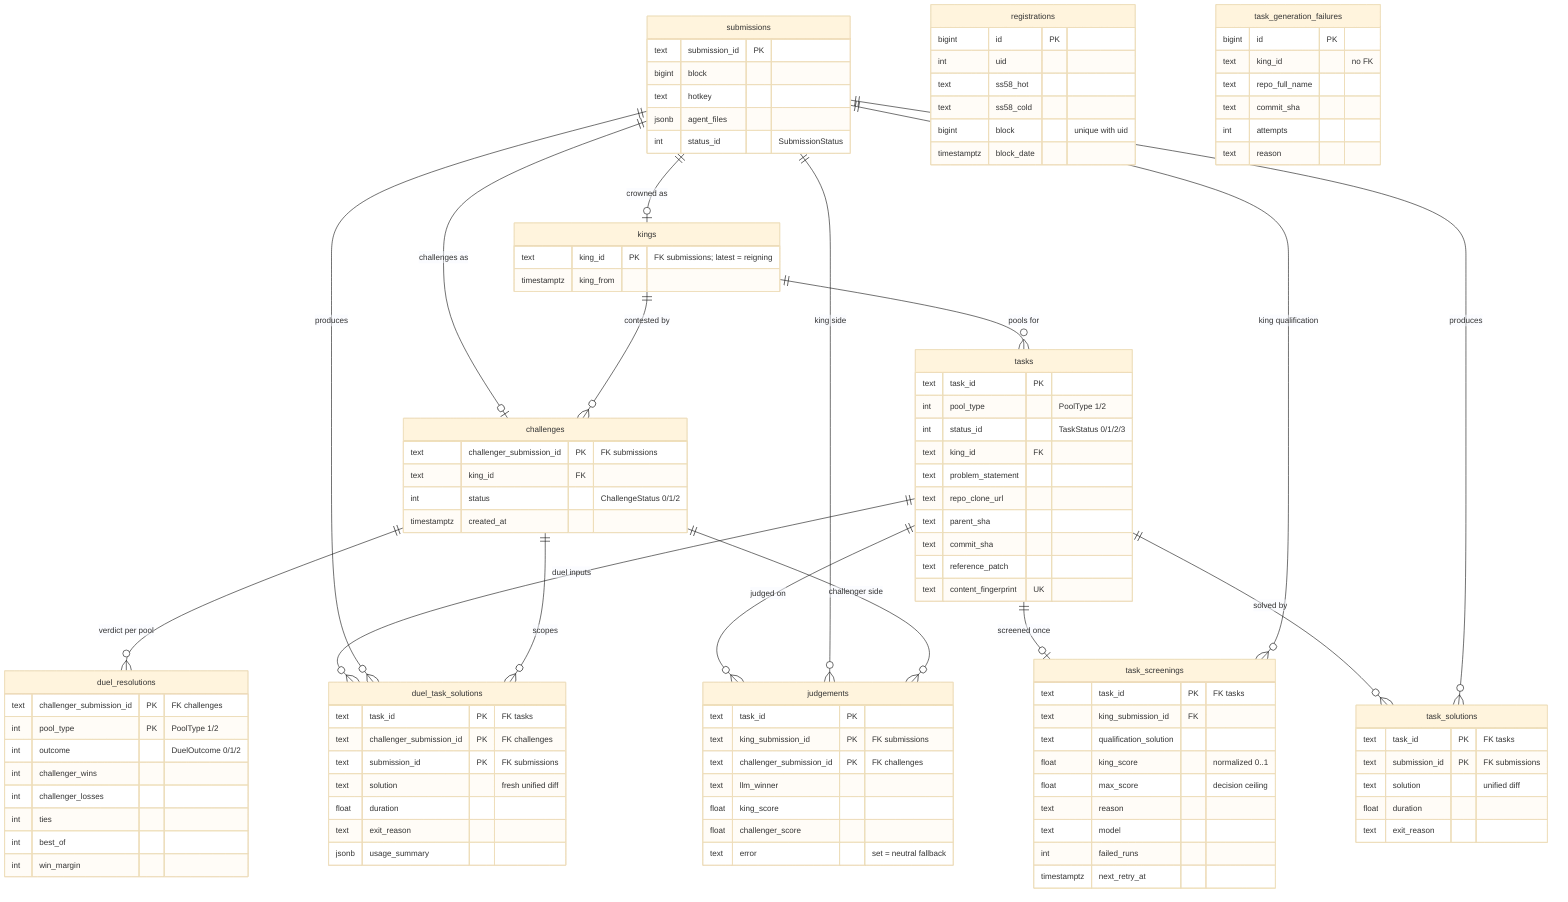
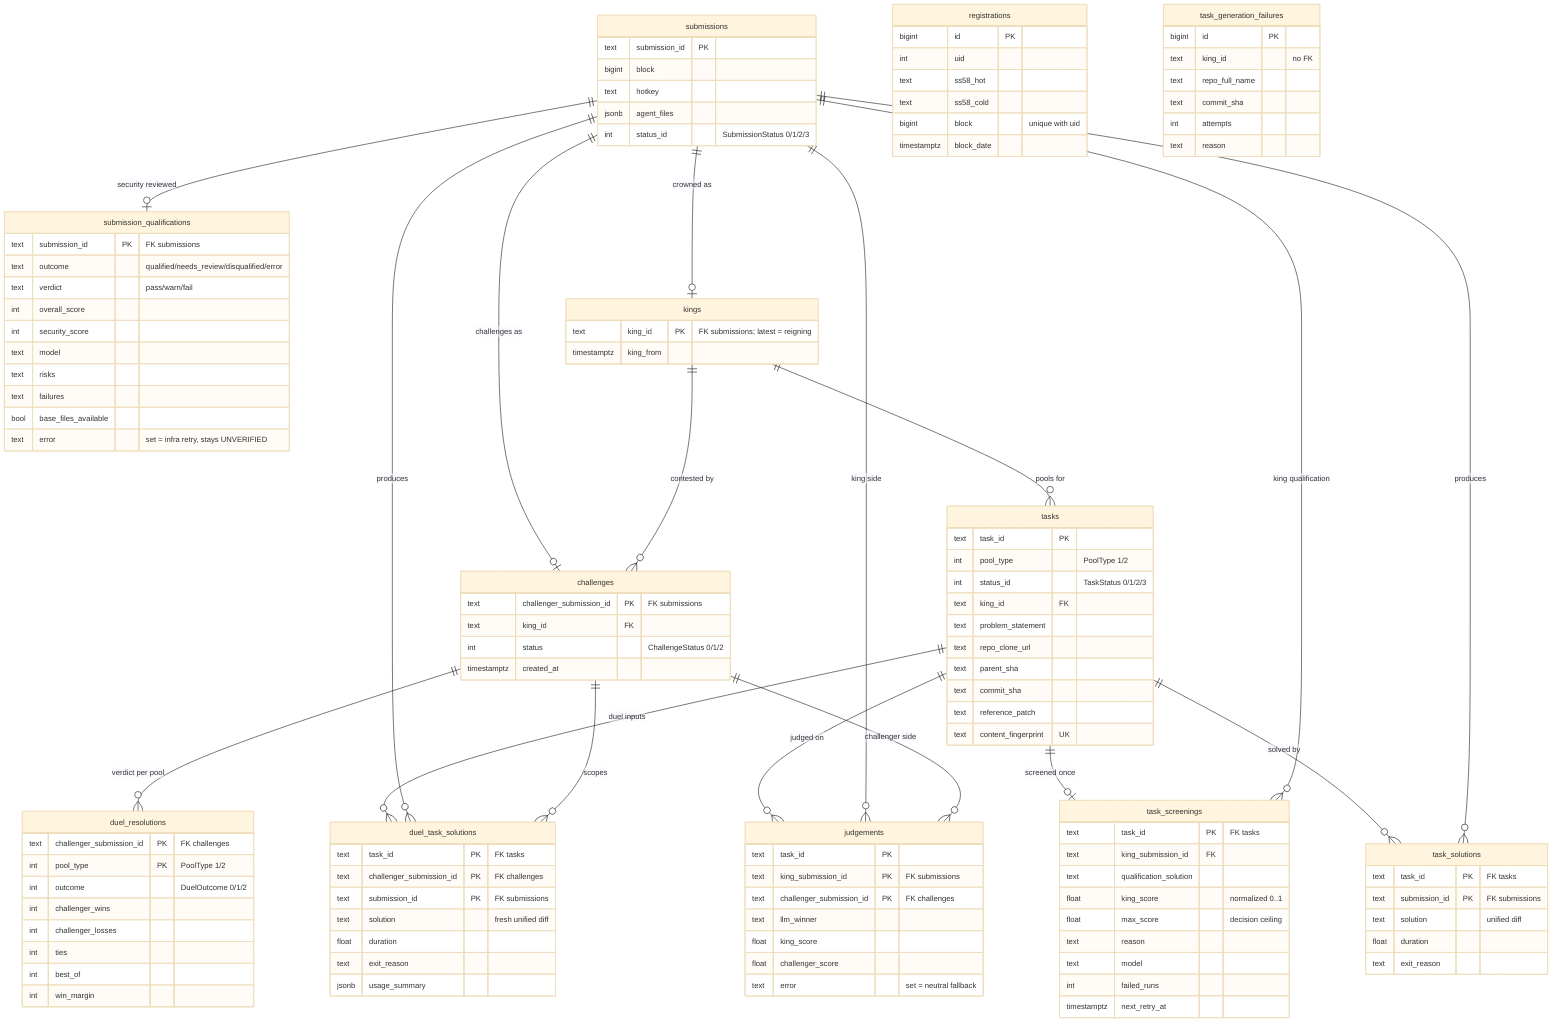
%%{init: {"theme": "base", "themeVariables": {"fontSize": "14px"}}}%%
erDiagram
+     submissions ||--o| submission_qualifications : "security reviewed"
    submissions ||--o| kings : "crowned as"
    submissions ||--o| challenges : "challenges as"
    kings ||--o{ challenges : "contested by"
    kings ||--o{ tasks : "pools for"
    challenges ||--o{ duel_resolutions : "verdict per pool"
    tasks ||--o| task_screenings : "screened once"
    submissions ||--o{ task_screenings : "king qualification"
    tasks ||--o{ task_solutions : "solved by"
    submissions ||--o{ task_solutions : "produces"
    tasks ||--o{ duel_task_solutions : "duel inputs"
    submissions ||--o{ duel_task_solutions : "produces"
    challenges ||--o{ duel_task_solutions : "scopes"
    tasks ||--o{ judgements : "judged on"
    submissions ||--o{ judgements : "king side"
    challenges ||--o{ judgements : "challenger side"

    submissions {
        text submission_id PK
        bigint block
        text hotkey
        jsonb agent_files
-         int status_id "SubmissionStatus"
+         int status_id "SubmissionStatus 0/1/2/3"
+     }
+     submission_qualifications {
+         text submission_id PK "FK submissions"
+         text outcome "qualified/needs_review/disqualified/error"
+         text verdict "pass/warn/fail"
+         int overall_score
+         int security_score
+         text model
+         text risks
+         text failures
+         bool base_files_available
+         text error "set = infra retry, stays UNVERIFIED"
    }
    kings {
        text king_id PK "FK submissions; latest = reigning"
        timestamptz king_from
    }
    challenges {
        text challenger_submission_id PK "FK submissions"
        text king_id FK
        int status "ChallengeStatus 0/1/2"
        timestamptz created_at
    }
    duel_resolutions {
        text challenger_submission_id PK "FK challenges"
        int pool_type PK "PoolType 1/2"
        int outcome "DuelOutcome 0/1/2"
        int challenger_wins
        int challenger_losses
        int ties
        int best_of
        int win_margin
    }
    tasks {
        text task_id PK
        int pool_type "PoolType 1/2"
        int status_id "TaskStatus 0/1/2/3"
        text king_id FK
        text problem_statement
        text repo_clone_url
        text parent_sha
        text commit_sha
        text reference_patch
        text content_fingerprint UK
    }
    task_screenings {
        text task_id PK "FK tasks"
        text king_submission_id FK
        text qualification_solution
        float king_score "normalized 0..1"
        float max_score "decision ceiling"
        text reason
        text model
        int failed_runs
        timestamptz next_retry_at
    }
    task_solutions {
        text task_id PK "FK tasks"
        text submission_id PK "FK submissions"
        text solution "unified diff"
        float duration
        text exit_reason
    }
    duel_task_solutions {
        text task_id PK "FK tasks"
        text challenger_submission_id PK "FK challenges"
        text submission_id PK "FK submissions"
        text solution "fresh unified diff"
        float duration
        text exit_reason
        jsonb usage_summary
    }
    judgements {
        text task_id PK
        text king_submission_id PK "FK submissions"
        text challenger_submission_id PK "FK challenges"
        text llm_winner
        float king_score
        float challenger_score
        text error "set = neutral fallback"
    }
    registrations {
        bigint id PK
        int uid
        text ss58_hot
        text ss58_cold
        bigint block "unique with uid"
        timestamptz block_date
    }
    task_generation_failures {
        bigint id PK
        text king_id "no FK"
        text repo_full_name
        text commit_sha
        int attempts
        text reason
    }
